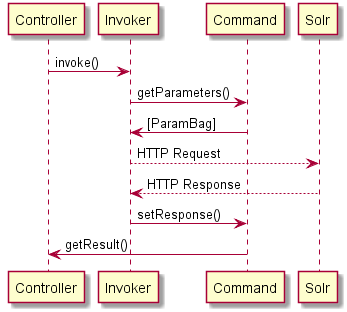
This is docs/invoker.png from dmj/php-solr, a PlantUML export, as it was before one commit. The source it was exported from:
```plantuml
@startuml

Controller -> Invoker : invoke()

Invoker -> Command : getParameters()
Invoker <- Command : [ParamBag]

Invoker --> Solr : HTTP Request
Invoker <-- Solr : HTTP Response

Invoker -> Command : setResponse()

Controller <- Command : getResult()

@enduml
```
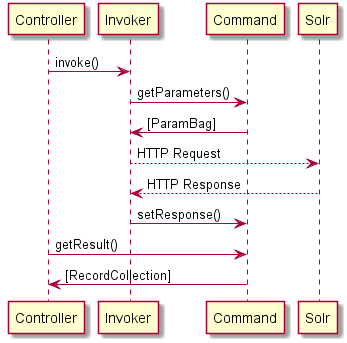
The same diagram one commit later.

Change to the diagram source:
```diff
@@ -10,6 +10,7 @@
 
 Invoker -> Command : setResponse()
 
-Controller <- Command : getResult()
+Controller -> Command : getResult()
+Controller <- Command : [RecordCollection]
 
 @enduml
```
